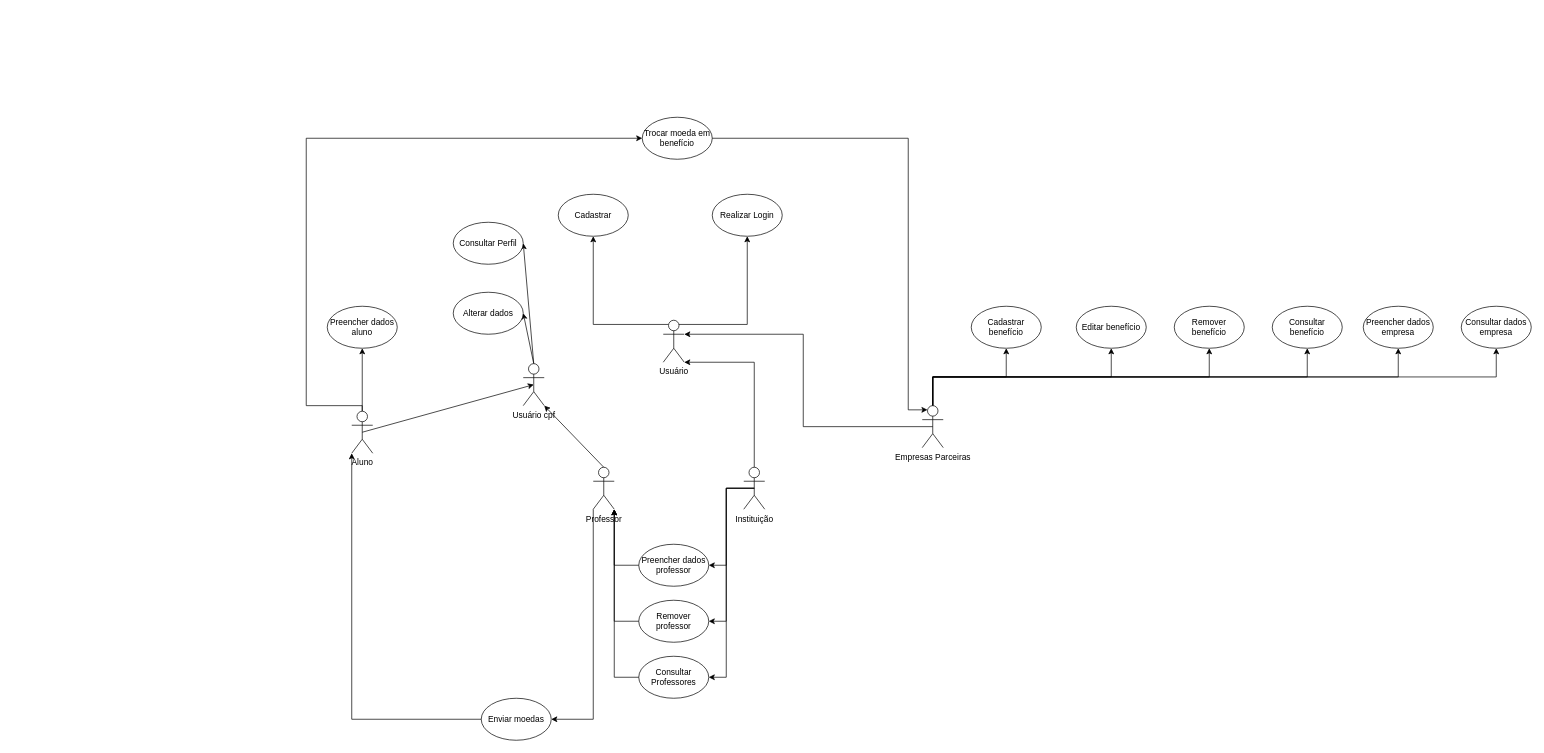
Above: projeto/Diagrama De Casos de Uso.drawio in Puc-Minas-activities-organization/Sistema-de-Moeda-Estudantil (draw.io), before the change. Source tidied: cells renumbered, new cells numbered last; positions are measured from the earlier drawing's top-left corner, leaving out a move shared by most shapes. Both pictures are drawn from the tidied source at 70%, with x=0, y=0 at pixel (306, 117).
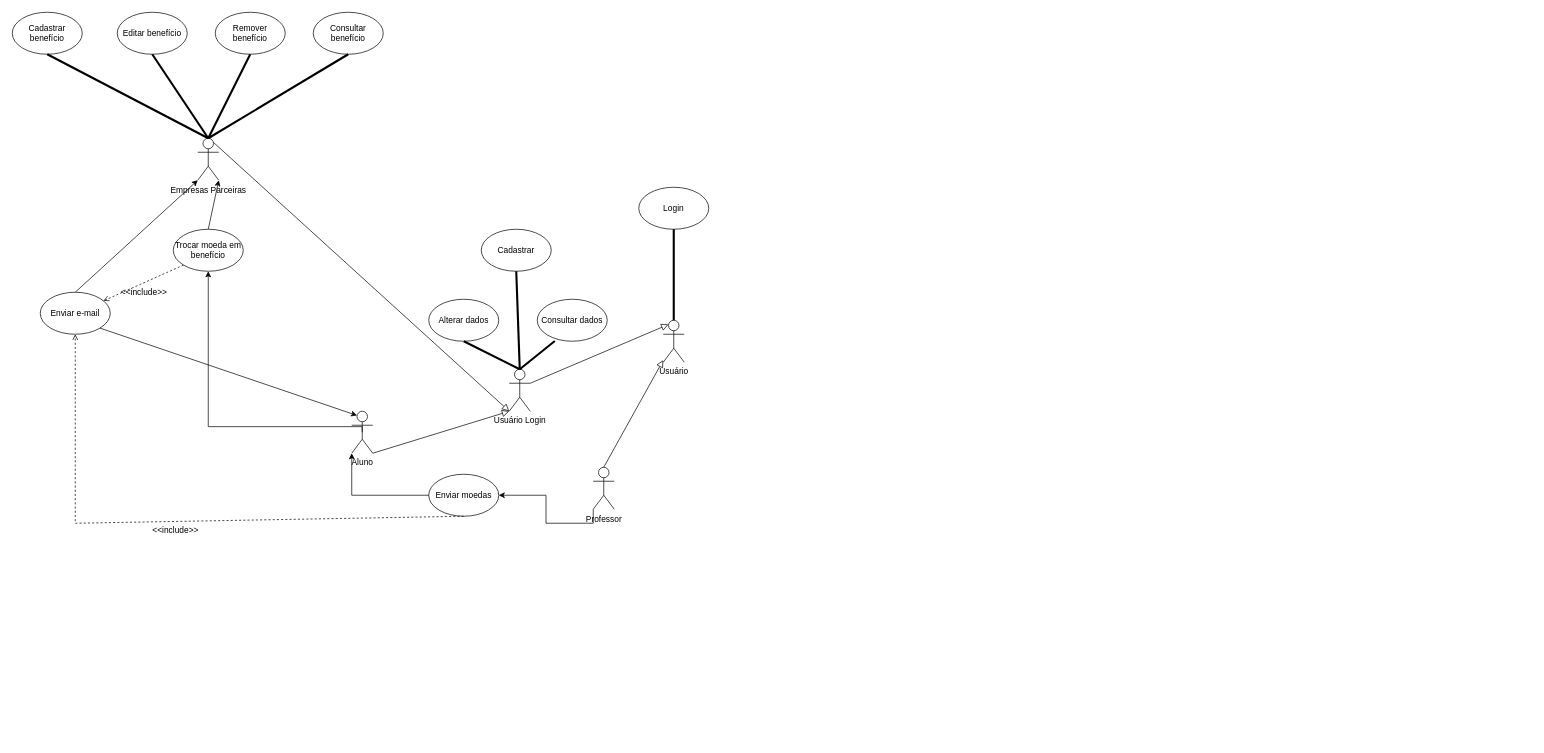
After the change.

Commit message:
alterações no diagrama de casos de uso

The change refers to these unchanged cells:
```xml
<mxCell id="8" value="Usuário&lt;div&gt;&lt;br&gt;&lt;/div&gt;" style="shape=umlActor;verticalLabelPosition=bottom;verticalAlign=top;html=1;outlineConnect=0;" parent="1" vertex="1">
  <mxGeometry x="510" y="290" width="30" height="60" as="geometry" />
</mxCell>
<mxCell id="11" value="Aluno" style="shape=umlActor;verticalLabelPosition=bottom;verticalAlign=top;html=1;outlineConnect=0;" parent="1" vertex="1">
  <mxGeometry x="65" y="420" width="30" height="60" as="geometry" />
</mxCell>
<mxCell id="13" value="Professor" style="shape=umlActor;verticalLabelPosition=bottom;verticalAlign=top;html=1;outlineConnect=0;" parent="1" vertex="1">
  <mxGeometry x="410" y="500" width="30" height="60" as="geometry" />
</mxCell>
```

What changed in the source:
```diff
@@
-    <mxCell id="6" style="edgeStyle=orthogonalEdgeStyle;rounded=0;jettySize=auto;html=1;exitX=0.25;exitY=0.1;exitDx=0;exitDy=0;exitPerimeter=0;entryX=0.5;entryY=1;entryDx=0;entryDy=0;" parent="1" edge="1" source="8" target="27">
-      <mxGeometry relative="1" as="geometry" />
-    </mxCell>
-    <mxCell id="7" style="edgeStyle=orthogonalEdgeStyle;rounded=0;jettySize=auto;html=1;exitX=0.75;exitY=0.1;exitDx=0;exitDy=0;exitPerimeter=0;entryX=0.5;entryY=1;entryDx=0;entryDy=0;" parent="1" edge="1" source="8" target="28">
-      <mxGeometry relative="1" as="geometry" />
-    </mxCell>
@@
-    <mxCell id="9" style="edgeStyle=orthogonalEdgeStyle;rounded=0;jettySize=auto;html=1;exitX=0.5;exitY=0;exitDx=0;exitDy=0;exitPerimeter=0;entryX=0.5;entryY=1;entryDx=0;entryDy=0;" parent="1" edge="1" source="11" target="34">
-      <mxGeometry relative="1" as="geometry" />
-    </mxCell>
-    <mxCell id="10" style="edgeStyle=orthogonalEdgeStyle;rounded=0;jettySize=auto;html=1;exitX=0.5;exitY=0;exitDx=0;exitDy=0;exitPerimeter=0;entryX=0;entryY=0.5;entryDx=0;entryDy=0;" parent="1" edge="1" source="11" target="44">
+    <mxCell id="10" style="edgeStyle=orthogonalEdgeStyle;rounded=0;jettySize=auto;html=1;exitX=0.5;exitY=0;exitDx=0;exitDy=0;exitPerimeter=0;entryX=0.5;entryY=1;entryDx=0;entryDy=0;" parent="1" edge="1" target="44">
       <mxGeometry relative="1" as="geometry">
+        <mxPoint x="80" y="450" as="sourcePoint" />
         <Array as="points">
-          <mxPoint x="80" y="412" />
-          <mxPoint y="412" />
-          <mxPoint y="30" />
+          <mxPoint x="80" y="442" />
+          <mxPoint x="-140" y="442" />
         </Array>
       </mxGeometry>
     </mxCell>
@@
-    <mxCell id="14" style="edgeStyle=orthogonalEdgeStyle;rounded=0;jettySize=auto;html=1;exitX=0.5;exitY=0.5;exitDx=0;exitDy=0;exitPerimeter=0;entryX=1;entryY=0.5;entryDx=0;entryDy=0;" parent="1" edge="1" source="17" target="36">
-      <mxGeometry relative="1" as="geometry" />
-    </mxCell>
-    <mxCell id="15" style="edgeStyle=orthogonalEdgeStyle;rounded=0;jettySize=auto;html=1;exitX=0.5;exitY=0.5;exitDx=0;exitDy=0;exitPerimeter=0;entryX=1;entryY=0.5;entryDx=0;entryDy=0;" parent="1" edge="1" source="17" target="38">
-      <mxGeometry relative="1" as="geometry" />
-    </mxCell>
-    <mxCell id="16" style="edgeStyle=orthogonalEdgeStyle;rounded=0;jettySize=auto;html=1;exitX=0.5;exitY=0.5;exitDx=0;exitDy=0;exitPerimeter=0;entryX=1;entryY=0.5;entryDx=0;entryDy=0;" parent="1" edge="1" source="17" target="40">
-      <mxGeometry relative="1" as="geometry" />
-    </mxCell>
-    <mxCell id="17" value="Instituição" style="shape=umlActor;verticalLabelPosition=bottom;verticalAlign=top;html=1;outlineConnect=0;" parent="1" vertex="1">
-      <mxGeometry x="625" y="500" width="30" height="60" as="geometry" />
-    </mxCell>
-    <mxCell id="18" style="edgeStyle=orthogonalEdgeStyle;rounded=0;jettySize=auto;html=1;exitX=0.5;exitY=0;exitDx=0;exitDy=0;exitPerimeter=0;entryX=0.5;entryY=1;entryDx=0;entryDy=0;" parent="1" edge="1" source="24" target="29">
-      <mxGeometry relative="1" as="geometry" />
-    </mxCell>
-    <mxCell id="19" style="edgeStyle=orthogonalEdgeStyle;rounded=0;jettySize=auto;html=1;exitX=0.5;exitY=0;exitDx=0;exitDy=0;exitPerimeter=0;entryX=0.5;entryY=1;entryDx=0;entryDy=0;" parent="1" edge="1" source="24" target="30">
-      <mxGeometry relative="1" as="geometry" />
-    </mxCell>
-    <mxCell id="20" style="edgeStyle=orthogonalEdgeStyle;rounded=0;jettySize=auto;html=1;exitX=0.5;exitY=0;exitDx=0;exitDy=0;exitPerimeter=0;entryX=0.5;entryY=1;entryDx=0;entryDy=0;" parent="1" edge="1" source="24" target="31">
-      <mxGeometry relative="1" as="geometry" />
-    </mxCell>
-    <mxCell id="21" style="edgeStyle=orthogonalEdgeStyle;rounded=0;jettySize=auto;html=1;exitX=0.5;exitY=0;exitDx=0;exitDy=0;exitPerimeter=0;entryX=0.5;entryY=1;entryDx=0;entryDy=0;" parent="1" edge="1" source="24" target="32">
-      <mxGeometry relative="1" as="geometry" />
-    </mxCell>
-    <mxCell id="22" style="edgeStyle=orthogonalEdgeStyle;rounded=0;jettySize=auto;html=1;exitX=0.5;exitY=0;exitDx=0;exitDy=0;exitPerimeter=0;entryX=0.5;entryY=1;entryDx=0;entryDy=0;" parent="1" edge="1" source="24" target="33">
-      <mxGeometry relative="1" as="geometry" />
-    </mxCell>
-    <mxCell id="23" style="edgeStyle=orthogonalEdgeStyle;rounded=0;jettySize=auto;html=1;exitX=0.5;exitY=0;exitDx=0;exitDy=0;exitPerimeter=0;entryX=0.5;entryY=1;entryDx=0;entryDy=0;" parent="1" edge="1" source="24" target="35">
-      <mxGeometry relative="1" as="geometry" />
-    </mxCell>
     <mxCell id="24" value="Empresas Parceiras" style="shape=umlActor;verticalLabelPosition=bottom;verticalAlign=top;html=1;outlineConnect=0;" parent="1" vertex="1">
-      <mxGeometry x="880" y="412" width="30" height="60" as="geometry" />
+      <mxGeometry x="-155" y="30" width="30" height="60" as="geometry" />
     </mxCell>
-    <mxCell id="25" style="edgeStyle=orthogonalEdgeStyle;rounded=0;jettySize=auto;html=1;exitX=0.5;exitY=0.5;exitDx=0;exitDy=0;exitPerimeter=0;entryX=1;entryY=0.3333333333333333;entryDx=0;entryDy=0;entryPerimeter=0;" parent="1" edge="1" source="24" target="8">
-      <mxGeometry relative="1" as="geometry" />
-    </mxCell>
-    <mxCell id="26" style="edgeStyle=orthogonalEdgeStyle;rounded=0;jettySize=auto;html=1;exitX=0.5;exitY=0;exitDx=0;exitDy=0;exitPerimeter=0;" parent="1" edge="1" source="17" target="8">
-      <mxGeometry relative="1" as="geometry">
-        <Array as="points">
-          <mxPoint x="640" y="350" />
-        </Array>
-      </mxGeometry>
-    </mxCell>
-    <mxCell id="27" value="Cadastrar" style="ellipse;whiteSpace=wrap;html=1;" parent="1" vertex="1">
-      <mxGeometry x="360" y="110" width="100" height="60" as="geometry" />
+    <mxCell id="27" value="Login" style="ellipse;whiteSpace=wrap;html=1;" parent="1" vertex="1">
+      <mxGeometry x="475" y="100" width="100" height="60" as="geometry" />
     </mxCell>
-    <mxCell id="28" value="Realizar Login" style="ellipse;whiteSpace=wrap;html=1;" parent="1" vertex="1">
-      <mxGeometry x="580" y="110" width="100" height="60" as="geometry" />
-    </mxCell>
     <mxCell id="29" value="Cadastrar benefício" style="ellipse;whiteSpace=wrap;html=1;" parent="1" vertex="1">
-      <mxGeometry x="950" y="270" width="100" height="60" as="geometry" />
+      <mxGeometry x="-420" y="-150" width="100" height="60" as="geometry" />
     </mxCell>
     <mxCell id="30" value="Editar benefício" style="ellipse;whiteSpace=wrap;html=1;" parent="1" vertex="1">
-      <mxGeometry x="1100" y="270" width="100" height="60" as="geometry" />
+      <mxGeometry x="-270" y="-150" width="100" height="60" as="geometry" />
     </mxCell>
     <mxCell id="31" value="Remover benefício" style="ellipse;whiteSpace=wrap;html=1;" parent="1" vertex="1">
-      <mxGeometry x="1240" y="270" width="100" height="60" as="geometry" />
+      <mxGeometry x="-130" y="-150" width="100" height="60" as="geometry" />
     </mxCell>
     <mxCell id="32" value="Consultar benefício" style="ellipse;whiteSpace=wrap;html=1;" parent="1" vertex="1">
-      <mxGeometry x="1380" y="270" width="100" height="60" as="geometry" />
+      <mxGeometry x="10" y="-150" width="100" height="60" as="geometry" />
     </mxCell>
-    <mxCell id="33" value="Preencher dados empresa" style="ellipse;whiteSpace=wrap;html=1;" parent="1" vertex="1">
-      <mxGeometry x="1510" y="270" width="100" height="60" as="geometry" />
-    </mxCell>
-    <mxCell id="34" value="Preencher dados aluno" style="ellipse;whiteSpace=wrap;html=1;" parent="1" vertex="1">
-      <mxGeometry x="30" y="270" width="100" height="60" as="geometry" />
-    </mxCell>
-    <mxCell id="35" value="Consultar dados empresa" style="ellipse;whiteSpace=wrap;html=1;" parent="1" vertex="1">
-      <mxGeometry x="1650" y="270" width="100" height="60" as="geometry" />
-    </mxCell>
-    <mxCell id="36" value="Preencher dados professor" style="ellipse;whiteSpace=wrap;html=1;" parent="1" vertex="1">
-      <mxGeometry x="475" y="610" width="100" height="60" as="geometry" />
-    </mxCell>
-    <mxCell id="37" style="edgeStyle=orthogonalEdgeStyle;rounded=0;jettySize=auto;html=1;exitX=0;exitY=0.5;exitDx=0;exitDy=0;entryX=1;entryY=1;entryDx=0;entryDy=0;entryPerimeter=0;" parent="1" edge="1" source="36" target="13">
-      <mxGeometry relative="1" as="geometry" />
-    </mxCell>
-    <mxCell id="38" value="Remover professor" style="ellipse;whiteSpace=wrap;html=1;" parent="1" vertex="1">
-      <mxGeometry x="475" y="690" width="100" height="60" as="geometry" />
-    </mxCell>
-    <mxCell id="39" style="edgeStyle=orthogonalEdgeStyle;rounded=0;jettySize=auto;html=1;exitX=0;exitY=0.5;exitDx=0;exitDy=0;entryX=1;entryY=1;entryDx=0;entryDy=0;entryPerimeter=0;" parent="1" edge="1" source="38" target="13">
-      <mxGeometry relative="1" as="geometry" />
-    </mxCell>
-    <mxCell id="40" value="Consultar Professores" style="ellipse;whiteSpace=wrap;html=1;" parent="1" vertex="1">
-      <mxGeometry x="475" y="770" width="100" height="60" as="geometry" />
-    </mxCell>
-    <mxCell id="41" style="edgeStyle=orthogonalEdgeStyle;rounded=0;jettySize=auto;html=1;exitX=0;exitY=0.5;exitDx=0;exitDy=0;entryX=1;entryY=1;entryDx=0;entryDy=0;entryPerimeter=0;" parent="1" edge="1" source="40" target="13">
-      <mxGeometry relative="1" as="geometry" />
-    </mxCell>
     <mxCell id="42" value="Enviar moedas" style="ellipse;whiteSpace=wrap;html=1;" parent="1" vertex="1">
-      <mxGeometry x="250" y="830" width="100" height="60" as="geometry" />
+      <mxGeometry x="175" y="510" width="100" height="60" as="geometry" />
     </mxCell>
@@
+    <mxCell id="45" style="edgeStyle=none;html=1;exitX=0.5;exitY=0;exitDx=0;exitDy=0;entryX=1;entryY=1;entryDx=0;entryDy=0;entryPerimeter=0;" parent="1" edge="1" source="44" target="24">
+      <mxGeometry relative="1" as="geometry" />
+    </mxCell>
     <mxCell id="44" value="Trocar moeda em benefício" style="ellipse;whiteSpace=wrap;html=1;" parent="1" vertex="1">
-      <mxGeometry x="480" width="100" height="60" as="geometry" />
+      <mxGeometry x="-190" y="160" width="100" height="60" as="geometry" />
     </mxCell>
-    <mxCell id="45" style="edgeStyle=orthogonalEdgeStyle;rounded=0;jettySize=auto;html=1;exitX=1;exitY=0.5;exitDx=0;exitDy=0;entryX=0.25;entryY=0.1;entryDx=0;entryDy=0;entryPerimeter=0;" parent="1" edge="1" source="44" target="24">
-      <mxGeometry relative="1" as="geometry">
-        <Array as="points">
-          <mxPoint x="580" y="30" />
-          <mxPoint x="860" y="30" />
-          <mxPoint x="860" y="418" />
-        </Array>
-      </mxGeometry>
-    </mxCell>
-    <mxCell id="46" style="edgeStyle=none;html=1;exitX=0.5;exitY=0;exitDx=0;exitDy=0;exitPerimeter=0;entryX=1;entryY=0.5;entryDx=0;entryDy=0;" parent="1" edge="1" source="48" target="52">
-      <mxGeometry relative="1" as="geometry" />
-    </mxCell>
-    <mxCell id="47" style="edgeStyle=none;html=1;exitX=0.5;exitY=0;exitDx=0;exitDy=0;exitPerimeter=0;entryX=1;entryY=0.5;entryDx=0;entryDy=0;" parent="1" edge="1" source="48" target="51">
-      <mxGeometry relative="1" as="geometry" />
-    </mxCell>
-    <mxCell id="48" value="Usuário cpf" style="shape=umlActor;verticalLabelPosition=bottom;verticalAlign=top;html=1;outlineConnect=0;" parent="1" vertex="1">
-      <mxGeometry x="310" y="352" width="30" height="60" as="geometry" />
+    <mxCell id="48" value="Usuário Login" style="shape=umlActor;verticalLabelPosition=bottom;verticalAlign=top;html=1;outlineConnect=0;" parent="1" vertex="1">
+      <mxGeometry x="290" y="360" width="30" height="60" as="geometry" />
     </mxCell>
-    <mxCell id="49" style="edgeStyle=none;html=1;exitX=0.5;exitY=0.5;exitDx=0;exitDy=0;exitPerimeter=0;entryX=0.5;entryY=0.5;entryDx=0;entryDy=0;entryPerimeter=0;" parent="1" edge="1" source="11" target="48">
-      <mxGeometry relative="1" as="geometry" />
-    </mxCell>
-    <mxCell id="50" style="edgeStyle=none;html=1;exitX=0.5;exitY=0;exitDx=0;exitDy=0;exitPerimeter=0;" parent="1" edge="1" source="13">
-      <mxGeometry relative="1" as="geometry">
-        <mxPoint x="340" y="412" as="targetPoint" />
-      </mxGeometry>
-    </mxCell>
-    <mxCell id="51" value="Consultar Perfil" style="ellipse;whiteSpace=wrap;html=1;" parent="1" vertex="1">
-      <mxGeometry x="210" y="150" width="100" height="60" as="geometry" />
+    <mxCell id="51" value="Cadastrar" style="ellipse;whiteSpace=wrap;html=1;" parent="1" vertex="1">
+      <mxGeometry x="250" y="160" width="100" height="60" as="geometry" />
     </mxCell>
     <mxCell id="52" value="Alterar dados" style="ellipse;whiteSpace=wrap;html=1;" parent="1" vertex="1">
-      <mxGeometry x="210" y="250" width="100" height="60" as="geometry" />
+      <mxGeometry x="175" y="260" width="100" height="60" as="geometry" />
     </mxCell>
+    <mxCell id="53" value="Consultar dados" style="ellipse;whiteSpace=wrap;html=1;" parent="1" vertex="1">
+      <mxGeometry x="330" y="260" width="100" height="60" as="geometry" />
+    </mxCell>
+    <mxCell id="54" style="endArrow=none;startArrow=none;endFill=0;startFill=0;endSize=8;html=1;verticalAlign=bottom;labelBackgroundColor=none;strokeWidth=3;exitX=0.5;exitY=1;exitDx=0;exitDy=0;entryX=0.5;entryY=0;entryDx=0;entryDy=0;entryPerimeter=0;" parent="1" edge="1" source="52" target="48">
+      <mxGeometry relative="1" as="geometry" />
+    </mxCell>
+    <mxCell id="55" style="endArrow=none;startArrow=none;endFill=0;startFill=0;endSize=8;html=1;verticalAlign=bottom;labelBackgroundColor=none;strokeWidth=3;exitX=0.251;exitY=0.995;exitDx=0;exitDy=0;entryX=0.5;entryY=0;entryDx=0;entryDy=0;entryPerimeter=0;exitPerimeter=0;" parent="1" edge="1" source="53" target="48">
+      <mxGeometry relative="1" as="geometry" />
+    </mxCell>
+    <mxCell id="56" style="endArrow=none;startArrow=none;endFill=0;startFill=0;endSize=8;html=1;verticalAlign=bottom;labelBackgroundColor=none;strokeWidth=3;exitX=0.5;exitY=1;exitDx=0;exitDy=0;entryX=0.5;entryY=0;entryDx=0;entryDy=0;entryPerimeter=0;" parent="1" edge="1" source="51" target="48">
+      <mxGeometry relative="1" as="geometry" />
+    </mxCell>
+    <mxCell id="57" style="endArrow=none;startArrow=none;endFill=0;startFill=0;endSize=8;html=1;verticalAlign=bottom;labelBackgroundColor=none;strokeWidth=3;exitX=0.5;exitY=1;exitDx=0;exitDy=0;entryX=0.5;entryY=0;entryDx=0;entryDy=0;entryPerimeter=0;" parent="1" edge="1" source="27" target="8">
+      <mxGeometry relative="1" as="geometry" />
+    </mxCell>
+    <mxCell id="58" style="endArrow=block;html=1;rounded=0;align=center;verticalAlign=bottom;endFill=0;labelBackgroundColor=none;endSize=8;entryX=0.25;entryY=0.1;entryDx=0;entryDy=0;entryPerimeter=0;exitX=1;exitY=0.3333333333333333;exitDx=0;exitDy=0;exitPerimeter=0;" parent="1" edge="1" source="48" target="8">
+      <mxGeometry relative="1" as="geometry" />
+    </mxCell>
+    <mxCell id="59" style="html=1;align=center;verticalAlign=top;labelBackgroundColor=none;" parent="58" vertex="1">
+      <mxGeometry relative="1" as="geometry" />
+    </mxCell>
+    <mxCell id="60" style="endArrow=block;html=1;rounded=0;align=center;verticalAlign=bottom;endFill=0;labelBackgroundColor=none;endSize=8;exitX=0.5;exitY=0;exitDx=0;exitDy=0;exitPerimeter=0;" parent="1" edge="1" source="13" target="8">
+      <mxGeometry relative="1" as="geometry" />
+    </mxCell>
+    <mxCell id="61" style="html=1;align=center;verticalAlign=top;labelBackgroundColor=none;" parent="60" vertex="1">
+      <mxGeometry relative="1" as="geometry" />
+    </mxCell>
+    <mxCell id="49" style="endArrow=block;html=1;rounded=0;align=center;verticalAlign=bottom;endFill=0;labelBackgroundColor=none;endSize=8;entryX=0;entryY=1;entryDx=0;entryDy=0;entryPerimeter=0;exitX=1;exitY=1;exitDx=0;exitDy=0;exitPerimeter=0;" parent="1" edge="1" source="11" target="48">
+      <mxGeometry relative="1" as="geometry" />
+    </mxCell>
+    <mxCell id="62" style="html=1;align=center;verticalAlign=top;labelBackgroundColor=none;" parent="49" vertex="1">
+      <mxGeometry relative="1" as="geometry" />
+    </mxCell>
+    <mxCell id="63" style="endArrow=block;html=1;rounded=0;align=center;verticalAlign=bottom;endFill=0;labelBackgroundColor=none;endSize=8;exitX=0.75;exitY=0.1;exitDx=0;exitDy=0;exitPerimeter=0;" parent="1" edge="1" source="24">
+      <mxGeometry relative="1" as="geometry">
+        <mxPoint x="290" y="420" as="targetPoint" />
+      </mxGeometry>
+    </mxCell>
+    <mxCell id="64" style="html=1;align=center;verticalAlign=top;labelBackgroundColor=none;" parent="63" vertex="1">
+      <mxGeometry relative="1" as="geometry" />
+    </mxCell>
+    <mxCell id="65" style="endArrow=none;startArrow=none;endFill=0;startFill=0;endSize=8;html=1;verticalAlign=bottom;labelBackgroundColor=none;strokeWidth=3;exitX=0.5;exitY=1;exitDx=0;exitDy=0;entryX=0.5;entryY=0;entryDx=0;entryDy=0;entryPerimeter=0;" parent="1" edge="1" source="30" target="24">
+      <mxGeometry relative="1" as="geometry" />
+    </mxCell>
+    <mxCell id="66" style="endArrow=none;startArrow=none;endFill=0;startFill=0;endSize=8;html=1;verticalAlign=bottom;labelBackgroundColor=none;strokeWidth=3;exitX=0.5;exitY=1;exitDx=0;exitDy=0;entryX=0.5;entryY=0;entryDx=0;entryDy=0;entryPerimeter=0;" parent="1" edge="1" source="31" target="24">
+      <mxGeometry relative="1" as="geometry" />
+    </mxCell>
+    <mxCell id="67" style="endArrow=none;startArrow=none;endFill=0;startFill=0;endSize=8;html=1;verticalAlign=bottom;labelBackgroundColor=none;strokeWidth=3;exitX=0.5;exitY=1;exitDx=0;exitDy=0;entryX=0.5;entryY=0;entryDx=0;entryDy=0;entryPerimeter=0;" parent="1" edge="1" source="29" target="24">
+      <mxGeometry relative="1" as="geometry" />
+    </mxCell>
+    <mxCell id="68" style="endArrow=none;startArrow=none;endFill=0;startFill=0;endSize=8;html=1;verticalAlign=bottom;labelBackgroundColor=none;strokeWidth=3;exitX=0.5;exitY=1;exitDx=0;exitDy=0;entryX=0.5;entryY=0;entryDx=0;entryDy=0;entryPerimeter=0;" parent="1" edge="1" source="32" target="24">
+      <mxGeometry relative="1" as="geometry" />
+    </mxCell>
+    <mxCell id="69" style="endArrow=open;html=1;rounded=0;align=center;verticalAlign=bottom;dashed=1;endFill=0;labelBackgroundColor=none;exitX=0;exitY=1;exitDx=0;exitDy=0;" parent="1" edge="1" source="44" target="72">
+      <mxGeometry relative="1" as="geometry" />
+    </mxCell>
+    <mxCell id="70" value="&amp;lt;&amp;lt;include&amp;gt;&amp;gt;" style="html=1;align=center;verticalAlign=top;labelBackgroundColor=none;" parent="69" vertex="1">
+      <mxGeometry relative="1" as="geometry" />
+    </mxCell>
+    <mxCell id="71" style="edgeStyle=none;html=1;exitX=0.5;exitY=0;exitDx=0;exitDy=0;entryX=0;entryY=1;entryDx=0;entryDy=0;entryPerimeter=0;" parent="1" edge="1" source="72" target="24">
+      <mxGeometry relative="1" as="geometry" />
+    </mxCell>
+    <mxCell id="72" value="Enviar e-mail" style="ellipse;whiteSpace=wrap;html=1;" parent="1" vertex="1">
+      <mxGeometry x="-380" y="250" width="100" height="60" as="geometry" />
+    </mxCell>
+    <mxCell id="73" style="edgeStyle=none;html=1;exitX=1;exitY=1;exitDx=0;exitDy=0;entryX=0.25;entryY=0.1;entryDx=0;entryDy=0;entryPerimeter=0;" parent="1" edge="1" source="72" target="11">
+      <mxGeometry relative="1" as="geometry" />
+    </mxCell>
+    <mxCell id="74" style="endArrow=open;html=1;rounded=0;align=center;verticalAlign=bottom;dashed=1;endFill=0;labelBackgroundColor=none;entryX=0.5;entryY=1;entryDx=0;entryDy=0;exitX=0.5;exitY=1;exitDx=0;exitDy=0;" parent="1" edge="1" source="42" target="72">
+      <mxGeometry relative="1" as="geometry">
+        <Array as="points">
+          <mxPoint x="-330" y="580" />
+        </Array>
+      </mxGeometry>
+    </mxCell>
+    <mxCell id="75" value="&amp;lt;&amp;lt;include&amp;gt;&amp;gt;" style="html=1;align=center;verticalAlign=top;labelBackgroundColor=none;" parent="74" vertex="1">
+      <mxGeometry relative="1" as="geometry" />
+    </mxCell>
```
